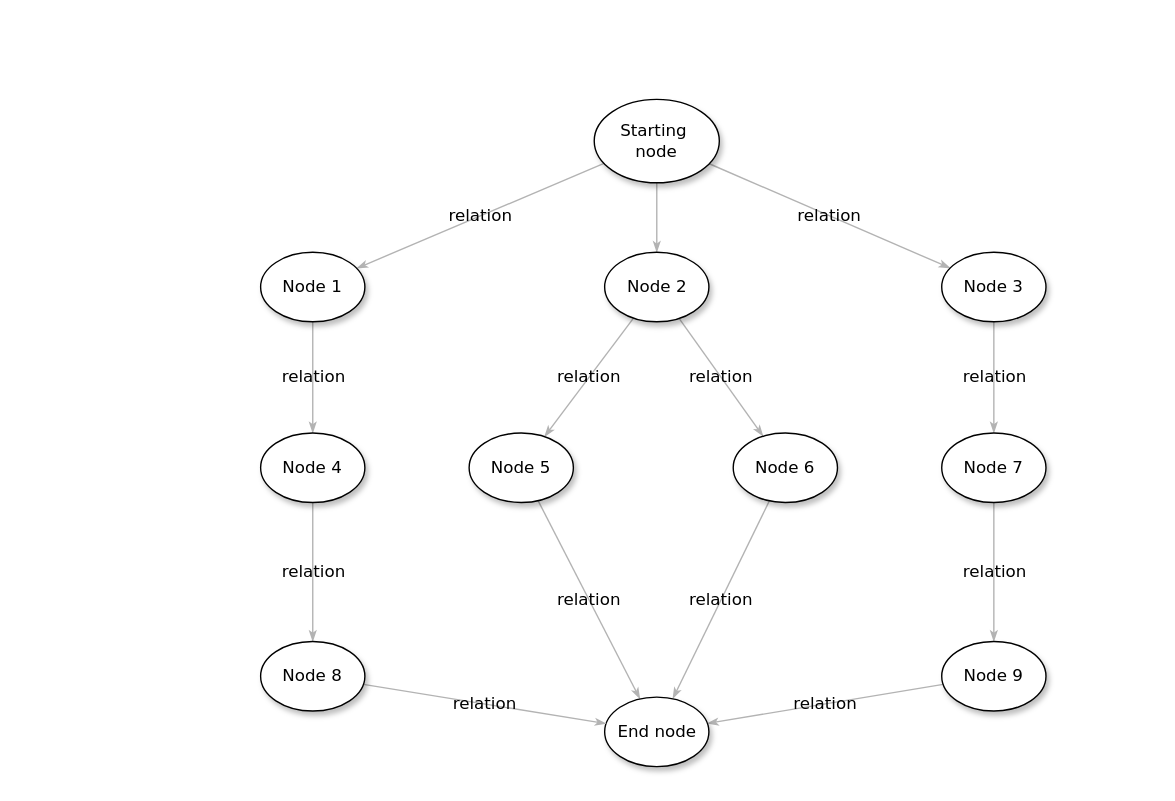
Before: doc/Untitled Diagram.drawio in quvox/SlideGallery, a draw.io diagram. Source tidied: cells renumbered, new cells numbered last; positions are measured from the earlier drawing's top-left corner, leaving out a move shared by most shapes. Both pictures are drawn from the tidied source at 139%, with x=0, y=0 at pixel (260, 99).
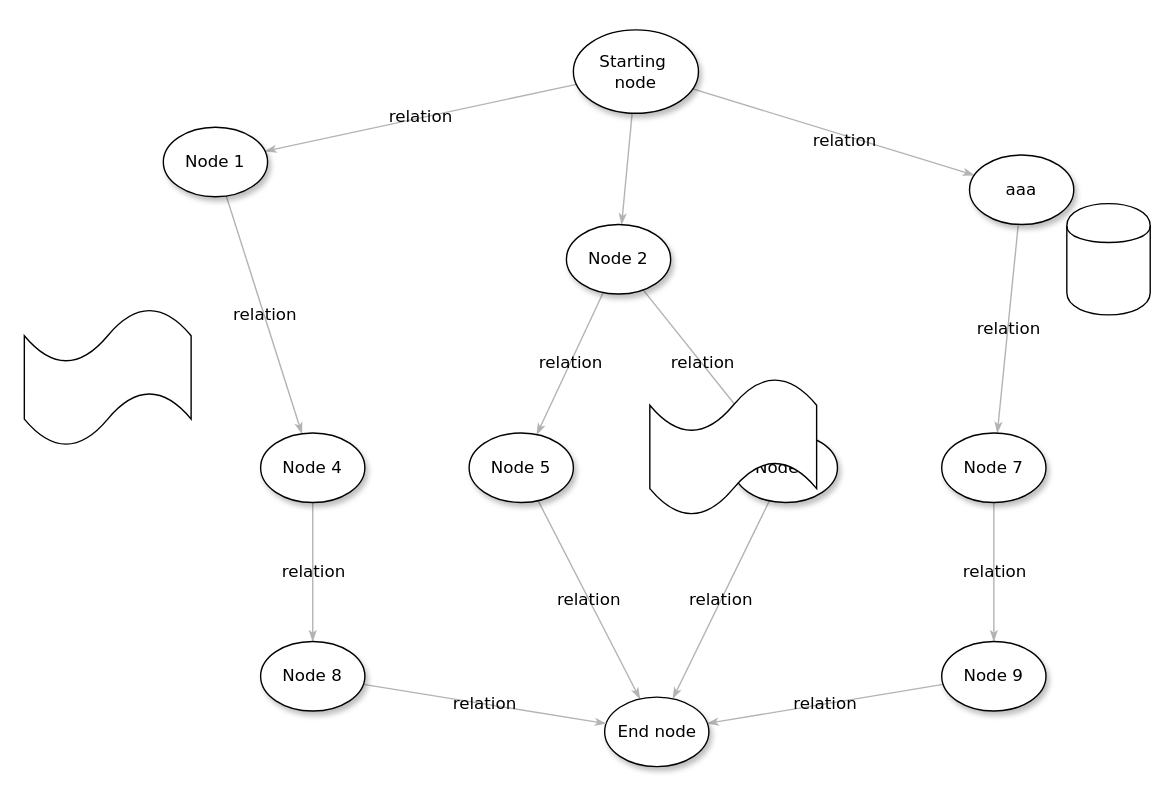
The same diagram, later.

What changed in the source:
```diff
@@
     <mxCell id="4" value="relation" style="edgeStyle=none;rounded=1;html=1;labelBackgroundColor=none;startArrow=none;startFill=0;startSize=5;endArrow=classicThin;endFill=1;endSize=5;jettySize=auto;strokeColor=#B3B3B3;strokeWidth=1;fontFamily=Verdana;fontSize=12;" parent="1" edge="1" source="5" target="10">
-      <mxGeometry relative="1" as="geometry" />
+      <mxGeometry x="0.09" y="-4" relative="1" as="geometry" />
     </mxCell>
     <mxCell id="5" value="Starting&amp;nbsp;&lt;div&gt;node&lt;/div&gt;" style="ellipse;whiteSpace=wrap;html=1;rounded=0;shadow=1;comic=0;labelBackgroundColor=none;strokeWidth=1;fontFamily=Verdana;fontSize=12;align=center;" parent="1" vertex="1">
-      <mxGeometry x="240" width="90" height="60" as="geometry" />
+      <mxGeometry x="225" y="-50" width="90" height="60" as="geometry" />
     </mxCell>
@@
     <mxCell id="8" value="&lt;span&gt;Node 2&lt;/span&gt;" style="ellipse;whiteSpace=wrap;html=1;rounded=0;shadow=1;comic=0;labelBackgroundColor=none;strokeWidth=1;fontFamily=Verdana;fontSize=12;align=center;" parent="1" vertex="1">
-      <mxGeometry x="247.5" y="110" width="75" height="50" as="geometry" />
+      <mxGeometry x="220" y="90" width="75" height="50" as="geometry" />
     </mxCell>
@@
-    <mxCell id="10" value="&lt;span&gt;Node 3&lt;/span&gt;" style="ellipse;whiteSpace=wrap;html=1;rounded=0;shadow=1;comic=0;labelBackgroundColor=none;strokeWidth=1;fontFamily=Verdana;fontSize=12;align=center;" parent="1" vertex="1">
-      <mxGeometry x="490" y="110" width="75" height="50" as="geometry" />
+    <mxCell id="10" value="&lt;span&gt;aaa&lt;/span&gt;" style="ellipse;whiteSpace=wrap;html=1;rounded=0;shadow=1;comic=0;labelBackgroundColor=none;strokeWidth=1;fontFamily=Verdana;fontSize=12;align=center;" parent="1" vertex="1">
+      <mxGeometry x="510" y="40" width="75" height="50" as="geometry" />
     </mxCell>
@@
     <mxCell id="21" value="Node 1" style="ellipse;whiteSpace=wrap;html=1;rounded=0;shadow=1;comic=0;labelBackgroundColor=none;strokeWidth=1;fontFamily=Verdana;fontSize=12;align=center;" parent="1" vertex="1">
-      <mxGeometry y="110" width="75" height="50" as="geometry" />
+      <mxGeometry x="-70" y="20" width="75" height="50" as="geometry" />
     </mxCell>
@@
+    <mxCell id="26" style="shape=tape;whiteSpace=wrap;html=1;" parent="1" vertex="1">
+      <mxGeometry x="280" y="200" width="120" height="100" as="geometry" />
+    </mxCell>
+    <mxCell id="27" style="shape=tape;whiteSpace=wrap;html=1;" parent="1" vertex="1">
+      <mxGeometry x="-170" y="150" width="120" height="100" as="geometry" />
+    </mxCell>
+    <mxCell id="28" style="shape=cylinder;whiteSpace=wrap;html=1;boundedLbl=1;backgroundOutline=1;" parent="1" vertex="1">
+      <mxGeometry x="580" y="75" width="60" height="80" as="geometry" />
+    </mxCell>
```
